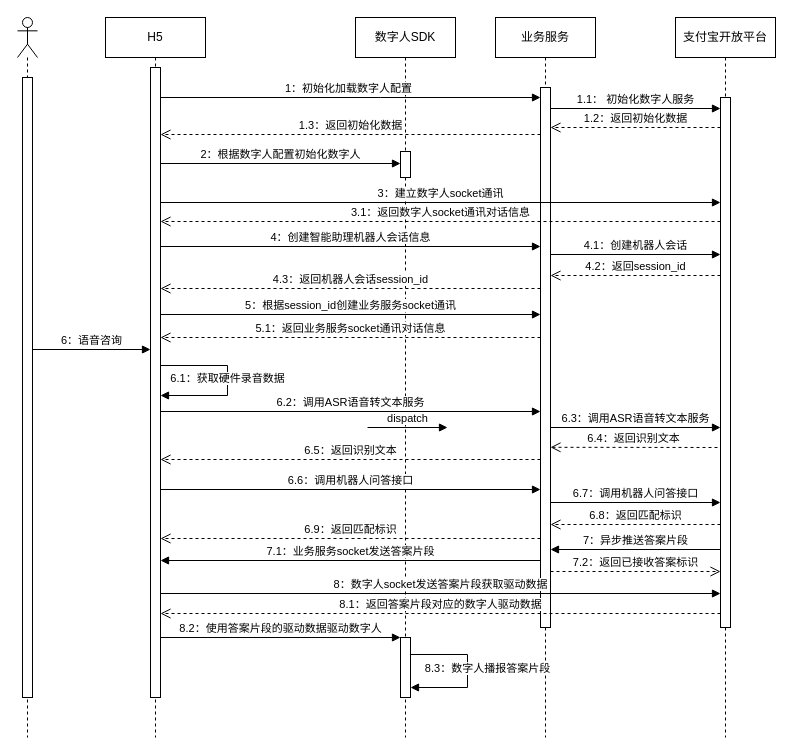
This is 数字人客服交互流程.drawio from zhuxuchao/zhuxuchao.github.io, a draw.io file, before an edit. Source tidied: cells renumbered, new cells numbered last; positions are measured from the earlier drawing's top-left corner, leaving out a move shared by most shapes. Both pictures are drawn from the tidied source at 100%, with x=0, y=0 at pixel (17, 17).
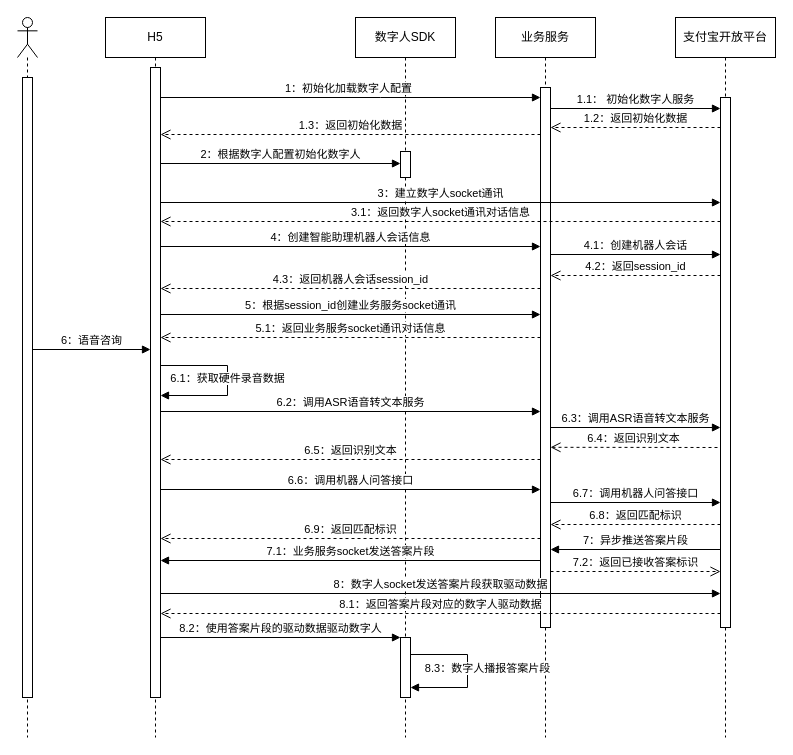
The same diagram, later.

Commit message:
更新数字人客服交互流程.drawio

What changed in the source:
```diff
@@
-    <mxCell id="38" value="dispatch" style="html=1;verticalAlign=bottom;endArrow=block;curved=0;rounded=0;" parent="1" edge="1">
-      <mxGeometry relative="1" as="geometry">
-        <mxPoint x="350" y="410" as="sourcePoint" />
-        <mxPoint x="430" y="410" as="targetPoint" />
-      </mxGeometry>
-    </mxCell>
```
